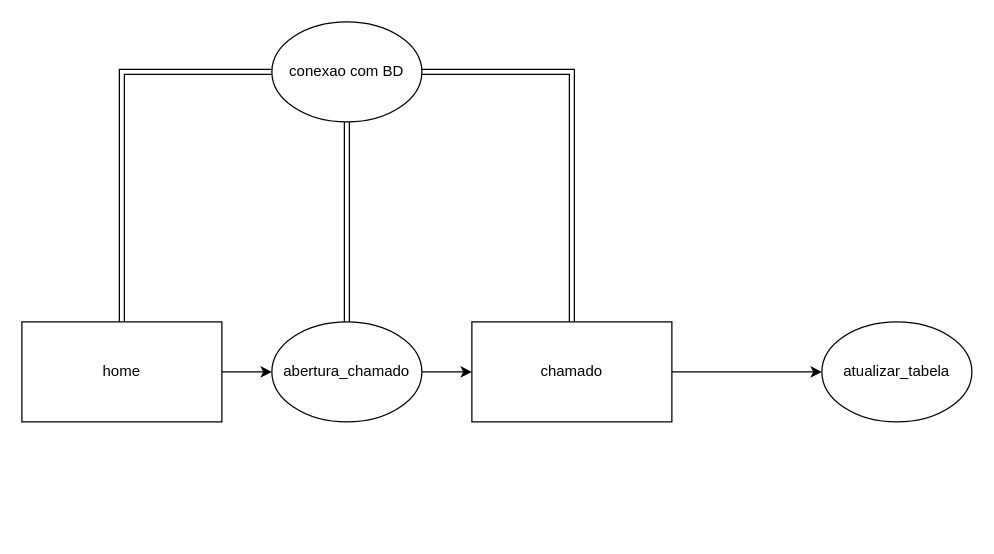
This is algoritimo_diagrama/Diagrama sem nome.drawio from Estevaoferreira/chamados_ti, a draw.io file, before an edit. Source tidied: cells renumbered, new cells numbered last; positions are measured from the earlier drawing's top-left corner, leaving out a move shared by most shapes. Both pictures are drawn from the tidied source at 125%, with x=0, y=0 at pixel (21, 21).
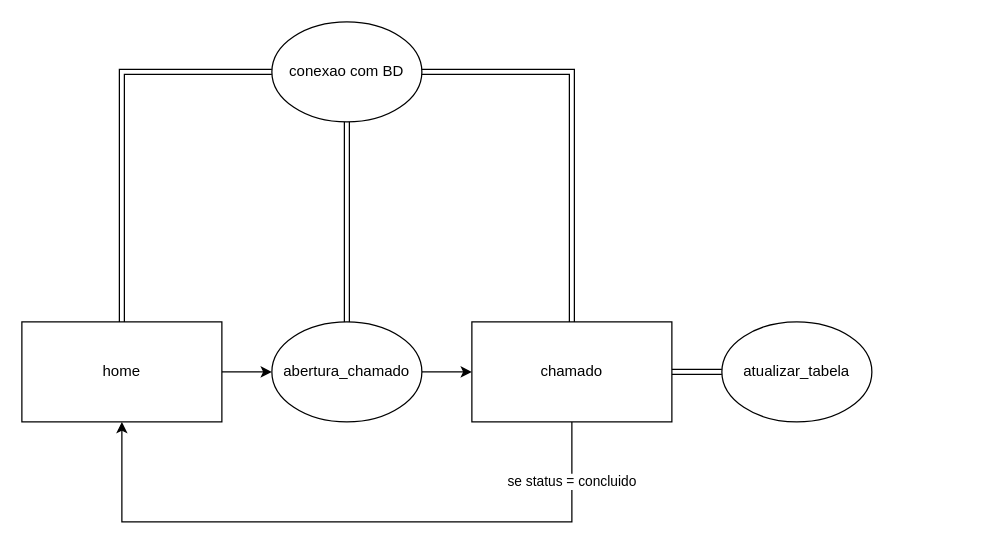
Above is the later version.

The edit, as a diff of the source:
```diff
@@
 <mxGraphModel>
   <root>
     <mxCell id="0" />
     <mxCell id="1" parent="0" />
     <mxCell id="2" style="edgeStyle=orthogonalEdgeStyle;rounded=0;jettySize=auto;html=1;" parent="1" edge="1" source="3" target="7">
       <mxGeometry relative="1" as="geometry" />
     </mxCell>
     <mxCell id="3" value="home" style="rounded=0;whiteSpace=wrap;html=1;" parent="1" vertex="1">
       <mxGeometry y="240" width="160" height="80" as="geometry" />
     </mxCell>
-    <mxCell id="4" style="edgeStyle=orthogonalEdgeStyle;rounded=0;jettySize=auto;html=1;" parent="1" edge="1" source="5" target="12">
+    <mxCell id="4" style="edgeStyle=orthogonalEdgeStyle;rounded=0;jettySize=auto;html=1;shape=link;" parent="1" edge="1" source="5" target="12">
       <mxGeometry relative="1" as="geometry" />
     </mxCell>
+    <mxCell id="13" style="edgeStyle=orthogonalEdgeStyle;rounded=0;jettySize=auto;html=1;exitX=0.5;exitY=1;exitDx=0;exitDy=0;entryX=0.5;entryY=1;entryDx=0;entryDy=0;" parent="1" edge="1" source="5" target="3">
+      <mxGeometry relative="1" as="geometry">
+        <Array as="points">
+          <mxPoint x="440" y="400" />
+          <mxPoint x="80" y="400" />
+        </Array>
+      </mxGeometry>
+    </mxCell>
+    <mxCell id="14" value="se status = concluido" style="edgeLabel;html=1;align=center;verticalAlign=middle;" parent="13" vertex="1">
+      <mxGeometry x="-0.82" y="-1" relative="1" as="geometry" />
+    </mxCell>
     <mxCell id="5" value="chamado" style="rounded=0;whiteSpace=wrap;html=1;" parent="1" vertex="1">
       <mxGeometry x="360" y="240" width="160" height="80" as="geometry" />
     </mxCell>
     <mxCell id="6" style="edgeStyle=orthogonalEdgeStyle;rounded=0;jettySize=auto;html=1;entryX=0;entryY=0.5;entryDx=0;entryDy=0;" parent="1" edge="1" source="7" target="5">
       <mxGeometry relative="1" as="geometry" />
     </mxCell>
     <mxCell id="7" value="abertura_chamado" style="ellipse;whiteSpace=wrap;html=1;rounded=0;" parent="1" vertex="1">
       <mxGeometry x="200" y="240" width="120" height="80" as="geometry" />
     </mxCell>
     <mxCell id="8" style="edgeStyle=orthogonalEdgeStyle;rounded=0;jettySize=auto;html=1;exitX=0;exitY=0.5;exitDx=0;exitDy=0;shape=link;" parent="1" edge="1" source="11" target="3">
       <mxGeometry relative="1" as="geometry" />
     </mxCell>
     <mxCell id="9" style="edgeStyle=orthogonalEdgeStyle;rounded=0;jettySize=auto;html=1;shape=link;" parent="1" edge="1" source="11" target="7">
       <mxGeometry relative="1" as="geometry" />
     </mxCell>
     <mxCell id="10" style="edgeStyle=orthogonalEdgeStyle;rounded=0;jettySize=auto;html=1;exitX=1;exitY=0.5;exitDx=0;exitDy=0;shape=link;" parent="1" edge="1" source="11" target="5">
       <mxGeometry relative="1" as="geometry" />
     </mxCell>
     <mxCell id="11" value="conexao com BD" style="ellipse;whiteSpace=wrap;html=1;rounded=0;" parent="1" vertex="1">
       <mxGeometry x="200" width="120" height="80" as="geometry" />
     </mxCell>
     <mxCell id="12" value="atualizar_tabela" style="ellipse;whiteSpace=wrap;html=1;rounded=0;" parent="1" vertex="1">
-      <mxGeometry x="640" y="240" width="120" height="80" as="geometry" />
+      <mxGeometry x="560" y="240" width="120" height="80" as="geometry" />
     </mxCell>
   </root>
 </mxGraphModel>
```
